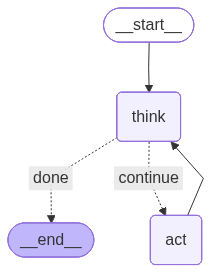
This is docs/graph.png from shenQ988/smol_coding_agent, a Mermaid export, as it was before one commit. Its source is kept beside it as docs/graph.mmd.
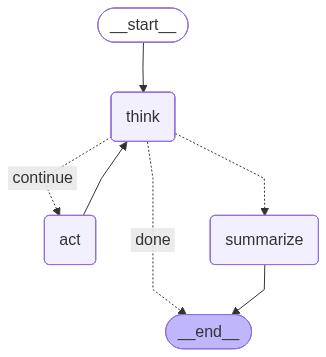
Above is the later version.

Diff of the diagram source:
```diff
@@ -7,11 +7,14 @@
 	__start__([<p>__start__</p>]):::first
 	think(think)
 	act(act)
+	summarize(summarize)
 	__end__([<p>__end__</p>]):::last
 	__start__ --> think;
 	act --> think;
 	think -. &nbsp;done&nbsp; .-> __end__;
 	think -. &nbsp;continue&nbsp; .-> act;
+	think -.-> summarize;
+	summarize --> __end__;
 	classDef default fill:#f2f0ff,line-height:1.2
 	classDef first fill-opacity:0
 	classDef last fill:#bfb6fc
```
